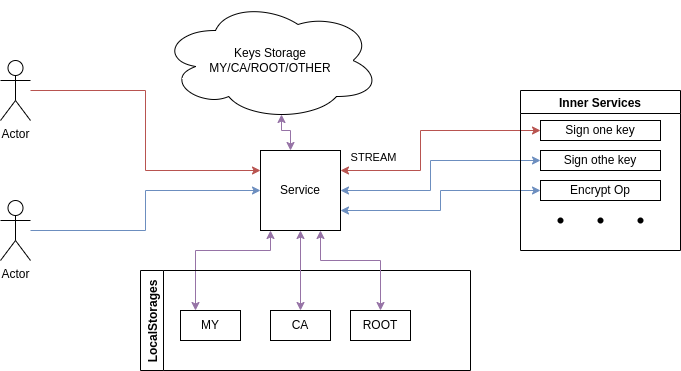
Before: docs/overview.png, a diagram exported from draw.io (dangerousvasil/cryptopro-grpc). Source tidied: cells renumbered, new cells last; positions are measured from the earlier drawing's top-left corner, leaving out a move shared by most shapes.
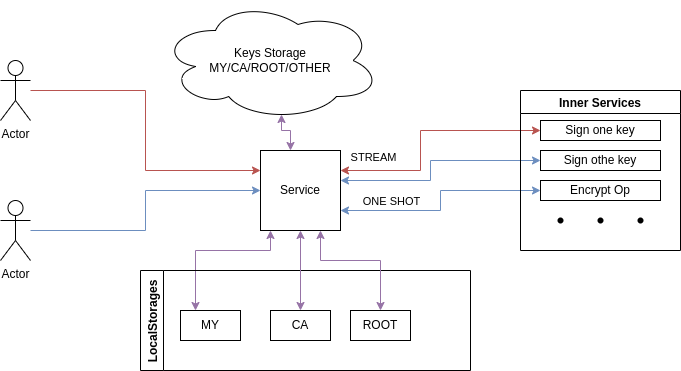
Later version of the same file.

Change to the diagram source:
```diff
@@ -41,7 +41,7 @@
     <mxCell id="10" style="edgeStyle=orthogonalEdgeStyle;rounded=0;jettySize=auto;html=1;entryX=0;entryY=0.5;entryDx=0;entryDy=0;startArrow=classic;startFill=1;fillColor=#dae8fc;strokeColor=#6c8ebf;" parent="1" edge="1" source="13" target="16">
       <mxGeometry relative="1" as="geometry">
         <Array as="points">
-          <mxPoint x="430" y="190" />
+          <mxPoint x="430" y="180" />
           <mxPoint x="430" y="160" />
         </Array>
       </mxGeometry>
@@ -49,6 +49,11 @@
     <mxCell id="11" style="edgeStyle=orthogonalEdgeStyle;rounded=0;jettySize=auto;html=1;entryX=0;entryY=0.5;entryDx=0;entryDy=0;startArrow=classic;startFill=1;exitX=1;exitY=0.75;exitDx=0;exitDy=0;fillColor=#dae8fc;strokeColor=#6c8ebf;" parent="1" edge="1" source="13" target="17">
       <mxGeometry relative="1" as="geometry" />
     </mxCell>
+    <mxCell id="27" value="ONE SHOT" style="edgeLabel;html=1;align=center;verticalAlign=middle;" parent="11" vertex="1">
+      <mxGeometry x="-0.19" y="-1" relative="1" as="geometry">
+        <mxPoint x="-39" y="-11" as="offset" />
+      </mxGeometry>
+    </mxCell>
     <mxCell id="12" style="edgeStyle=orthogonalEdgeStyle;rounded=0;jettySize=auto;html=1;entryX=0.25;entryY=0;entryDx=0;entryDy=0;startArrow=classic;startFill=1;fillColor=#e1d5e7;strokeColor=#9673a6;" parent="1" edge="1" source="13" target="22">
       <mxGeometry relative="1" as="geometry">
         <Array as="points">
```
